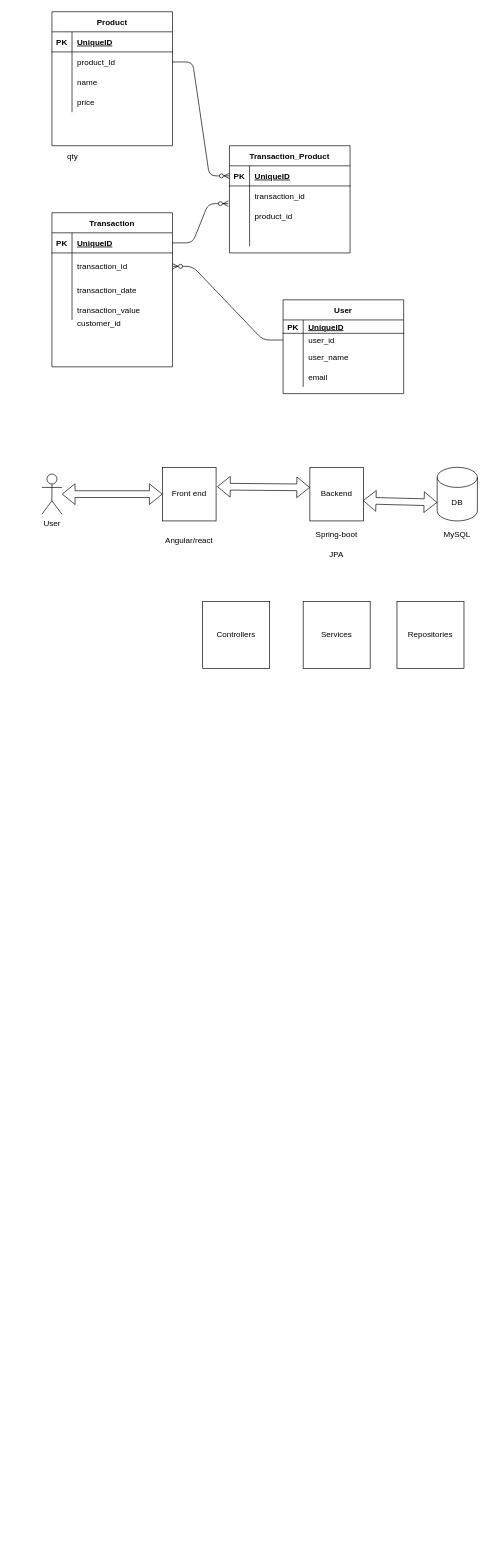
This is Designs/ERD.drawio from isuru837/buvimart1, a draw.io file, before an edit. Source tidied: cells renumbered, new cells numbered last; positions are measured from the earlier drawing's top-left corner, leaving out a move shared by most shapes. Both pictures are drawn from the tidied source at 67%, with x=0, y=0 at pixel (42, 11).
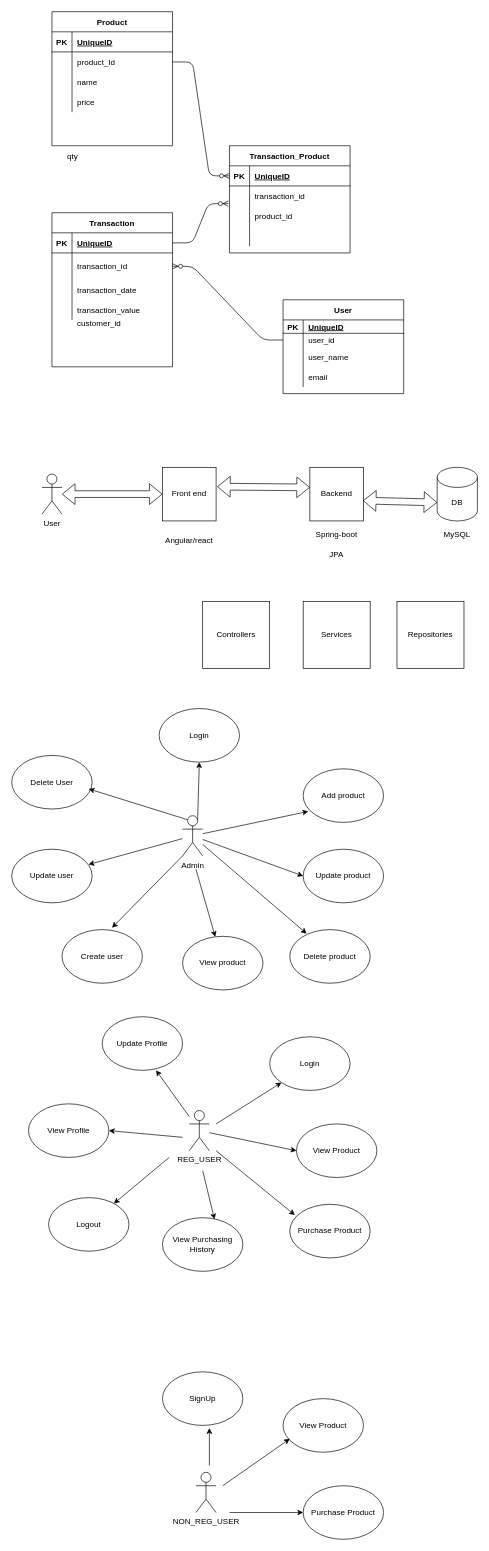
The same page after the edit.

Commit message:
updated ERD with use case

The edit, as a diff of the source:
```diff
@@
+    <mxCell id="73" value="Admin&lt;br&gt;" style="shape=umlActor;verticalLabelPosition=bottom;verticalAlign=top;html=1;outlineConnect=0;" parent="1" vertex="1">
+      <mxGeometry x="210" y="1200" width="30" height="60" as="geometry" />
+    </mxCell>
+    <mxCell id="74" value="Login" style="ellipse;whiteSpace=wrap;html=1;" parent="1" vertex="1">
+      <mxGeometry x="175" y="1040" width="120" height="80" as="geometry" />
+    </mxCell>
+    <mxCell id="75" value="Add product" style="ellipse;whiteSpace=wrap;html=1;" parent="1" vertex="1">
+      <mxGeometry x="390" y="1130" width="120" height="80" as="geometry" />
+    </mxCell>
+    <mxCell id="76" value="Update product" style="ellipse;whiteSpace=wrap;html=1;" parent="1" vertex="1">
+      <mxGeometry x="390" y="1250" width="120" height="80" as="geometry" />
+    </mxCell>
+    <mxCell id="77" value="Delete product" style="ellipse;whiteSpace=wrap;html=1;" parent="1" vertex="1">
+      <mxGeometry x="370" y="1370" width="120" height="80" as="geometry" />
+    </mxCell>
+    <mxCell id="78" value="Create user" style="ellipse;whiteSpace=wrap;html=1;" parent="1" vertex="1">
+      <mxGeometry x="30" y="1370" width="120" height="80" as="geometry" />
+    </mxCell>
+    <mxCell id="79" value="View product" style="ellipse;whiteSpace=wrap;html=1;" parent="1" vertex="1">
+      <mxGeometry x="210" y="1380" width="120" height="80" as="geometry" />
+    </mxCell>
+    <mxCell id="80" value="Update user" style="ellipse;whiteSpace=wrap;html=1;" parent="1" vertex="1">
+      <mxGeometry x="-45" y="1250" width="120" height="80" as="geometry" />
+    </mxCell>
+    <mxCell id="81" value="Delete User" style="ellipse;whiteSpace=wrap;html=1;" parent="1" vertex="1">
+      <mxGeometry x="-45" y="1110" width="120" height="80" as="geometry" />
+    </mxCell>
+    <mxCell id="82" style="endArrow=classic;html=1;exitX=0.75;exitY=0.1;exitDx=0;exitDy=0;exitPerimeter=0;entryX=0.5;entryY=1;entryDx=0;entryDy=0;" parent="1" edge="1" source="73" target="74">
+      <mxGeometry relative="1" as="geometry" />
+    </mxCell>
+    <mxCell id="83" style="endArrow=classic;html=1;entryX=0.063;entryY=0.795;entryDx=0;entryDy=0;entryPerimeter=0;" parent="1" edge="1" source="73" target="75">
+      <mxGeometry relative="1" as="geometry" />
+    </mxCell>
+    <mxCell id="84" style="endArrow=classic;html=1;entryX=0;entryY=0.5;entryDx=0;entryDy=0;" parent="1" edge="1" source="73" target="76">
+      <mxGeometry relative="1" as="geometry" />
+    </mxCell>
+    <mxCell id="85" style="endArrow=classic;html=1;entryX=0.21;entryY=0.075;entryDx=0;entryDy=0;entryPerimeter=0;" parent="1" edge="1" source="73" target="77">
+      <mxGeometry relative="1" as="geometry" />
+    </mxCell>
+    <mxCell id="86" style="endArrow=classic;html=1;" parent="1" edge="1" target="79">
+      <mxGeometry relative="1" as="geometry">
+        <mxPoint x="230" y="1280" as="sourcePoint" />
+      </mxGeometry>
+    </mxCell>
+    <mxCell id="87" style="endArrow=classic;html=1;entryX=0.623;entryY=-0.035;entryDx=0;entryDy=0;entryPerimeter=0;exitX=0;exitY=1;exitDx=0;exitDy=0;exitPerimeter=0;" parent="1" edge="1" source="73" target="78">
+      <mxGeometry relative="1" as="geometry" />
+    </mxCell>
+    <mxCell id="88" style="endArrow=classic;html=1;entryX=0.955;entryY=0.285;entryDx=0;entryDy=0;entryPerimeter=0;" parent="1" edge="1" source="73" target="80">
+      <mxGeometry relative="1" as="geometry" />
+    </mxCell>
+    <mxCell id="89" style="endArrow=classic;html=1;exitX=0.25;exitY=0.1;exitDx=0;exitDy=0;exitPerimeter=0;" parent="1" edge="1" source="73">
+      <mxGeometry relative="1" as="geometry">
+        <mxPoint x="70" y="1160" as="targetPoint" />
+      </mxGeometry>
+    </mxCell>
+    <mxCell id="90" value="REG_USER" style="shape=umlActor;verticalLabelPosition=bottom;verticalAlign=top;html=1;outlineConnect=0;" parent="1" vertex="1">
+      <mxGeometry x="220" y="1640" width="30" height="60" as="geometry" />
+    </mxCell>
+    <mxCell id="91" value="Login" style="ellipse;whiteSpace=wrap;html=1;" parent="1" vertex="1">
+      <mxGeometry x="340" y="1530" width="120" height="80" as="geometry" />
+    </mxCell>
+    <mxCell id="92" value="View Product" style="ellipse;whiteSpace=wrap;html=1;" parent="1" vertex="1">
+      <mxGeometry x="380" y="1660" width="120" height="80" as="geometry" />
+    </mxCell>
+    <mxCell id="93" value="Purchase Product" style="ellipse;whiteSpace=wrap;html=1;" parent="1" vertex="1">
+      <mxGeometry x="370" y="1780" width="120" height="80" as="geometry" />
+    </mxCell>
+    <mxCell id="94" value="View Purchasing History" style="ellipse;whiteSpace=wrap;html=1;" parent="1" vertex="1">
+      <mxGeometry x="180" y="1800" width="120" height="80" as="geometry" />
+    </mxCell>
+    <mxCell id="95" value="Logout" style="ellipse;whiteSpace=wrap;html=1;" parent="1" vertex="1">
+      <mxGeometry x="10" y="1770" width="120" height="80" as="geometry" />
+    </mxCell>
+    <mxCell id="96" value="View Profile" style="ellipse;whiteSpace=wrap;html=1;" parent="1" vertex="1">
+      <mxGeometry x="-20" y="1630" width="120" height="80" as="geometry" />
+    </mxCell>
+    <mxCell id="97" value="Update Profile" style="ellipse;whiteSpace=wrap;html=1;" parent="1" vertex="1">
+      <mxGeometry x="90" y="1500" width="120" height="80" as="geometry" />
+    </mxCell>
+    <mxCell id="98" style="endArrow=classic;html=1;entryX=0;entryY=1;entryDx=0;entryDy=0;" parent="1" edge="1" target="91">
+      <mxGeometry relative="1" as="geometry">
+        <mxPoint x="260" y="1660" as="sourcePoint" />
+      </mxGeometry>
+    </mxCell>
+    <mxCell id="99" style="endArrow=classic;html=1;entryX=0;entryY=0.5;entryDx=0;entryDy=0;" parent="1" edge="1" source="90" target="92">
+      <mxGeometry relative="1" as="geometry" />
+    </mxCell>
+    <mxCell id="100" style="endArrow=classic;html=1;entryX=0.063;entryY=0.2;entryDx=0;entryDy=0;entryPerimeter=0;" parent="1" edge="1" target="93">
+      <mxGeometry relative="1" as="geometry">
+        <mxPoint x="260" y="1700" as="sourcePoint" />
+      </mxGeometry>
+    </mxCell>
+    <mxCell id="101" style="endArrow=classic;html=1;entryX=0.67;entryY=1;entryDx=0;entryDy=0;entryPerimeter=0;" parent="1" edge="1" source="90" target="97">
+      <mxGeometry relative="1" as="geometry" />
+    </mxCell>
+    <mxCell id="102" style="endArrow=classic;html=1;entryX=1;entryY=0.5;entryDx=0;entryDy=0;" parent="1" edge="1" target="96">
+      <mxGeometry relative="1" as="geometry">
+        <mxPoint x="210" y="1680" as="sourcePoint" />
+      </mxGeometry>
+    </mxCell>
+    <mxCell id="103" style="endArrow=classic;html=1;entryX=0.647;entryY=0.03;entryDx=0;entryDy=0;entryPerimeter=0;" parent="1" edge="1" target="94">
+      <mxGeometry relative="1" as="geometry">
+        <mxPoint x="240" y="1730" as="sourcePoint" />
+      </mxGeometry>
+    </mxCell>
+    <mxCell id="104" style="endArrow=classic;html=1;" parent="1" edge="1" target="95">
+      <mxGeometry relative="1" as="geometry">
+        <mxPoint x="190" y="1710" as="sourcePoint" />
+      </mxGeometry>
+    </mxCell>
+    <mxCell id="105" value="NON_REG_USER" style="shape=umlActor;verticalLabelPosition=bottom;verticalAlign=top;html=1;" parent="1" vertex="1">
+      <mxGeometry x="230" y="2180" width="30" height="60" as="geometry" />
+    </mxCell>
+    <mxCell id="106" value="SignUp" style="ellipse;whiteSpace=wrap;html=1;" parent="1" vertex="1">
+      <mxGeometry x="180" y="2030" width="120" height="80" as="geometry" />
+    </mxCell>
+    <mxCell id="107" value="Purchase Product" style="ellipse;whiteSpace=wrap;html=1;" parent="1" vertex="1">
+      <mxGeometry x="390" y="2200" width="120" height="80" as="geometry" />
+    </mxCell>
+    <mxCell id="108" value="View Product" style="ellipse;whiteSpace=wrap;html=1;" parent="1" vertex="1">
+      <mxGeometry x="360" y="2070" width="120" height="80" as="geometry" />
+    </mxCell>
+    <mxCell id="109" style="endArrow=classic;html=1;" parent="1" edge="1">
+      <mxGeometry relative="1" as="geometry">
+        <mxPoint x="270" y="2200" as="sourcePoint" />
+        <mxPoint x="370" y="2130" as="targetPoint" />
+      </mxGeometry>
+    </mxCell>
+    <mxCell id="110" style="endArrow=classic;html=1;" parent="1" edge="1">
+      <mxGeometry relative="1" as="geometry">
+        <mxPoint x="250" y="2170" as="sourcePoint" />
+        <mxPoint x="250" y="2114" as="targetPoint" />
+      </mxGeometry>
+    </mxCell>
+    <mxCell id="111" style="endArrow=classic;html=1;entryX=0;entryY=0.5;entryDx=0;entryDy=0;" parent="1" edge="1" target="107">
+      <mxGeometry relative="1" as="geometry">
+        <mxPoint x="280" y="2240" as="sourcePoint" />
+      </mxGeometry>
+    </mxCell>
```
